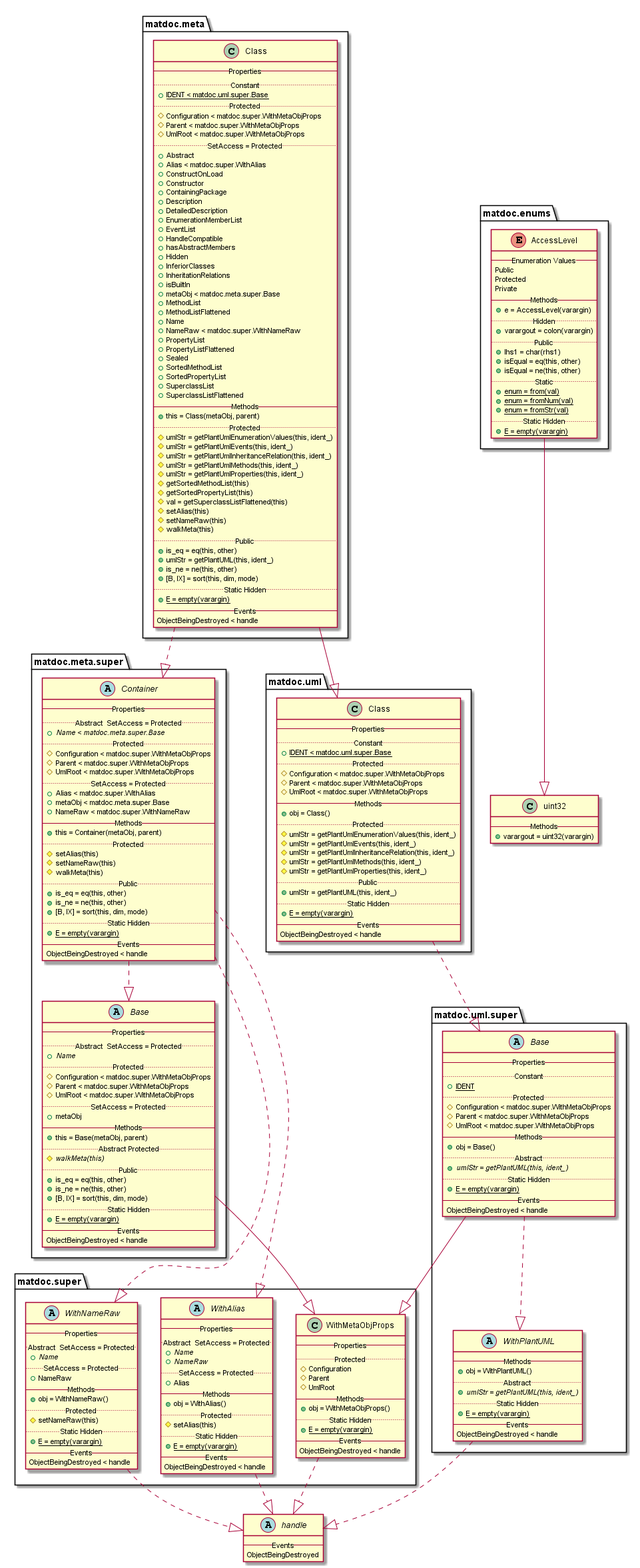
Earlier version of the PlantUML export doc/uml-examples/export-class-MethodInheritanceHint-false.png (flxdot/matdoc).
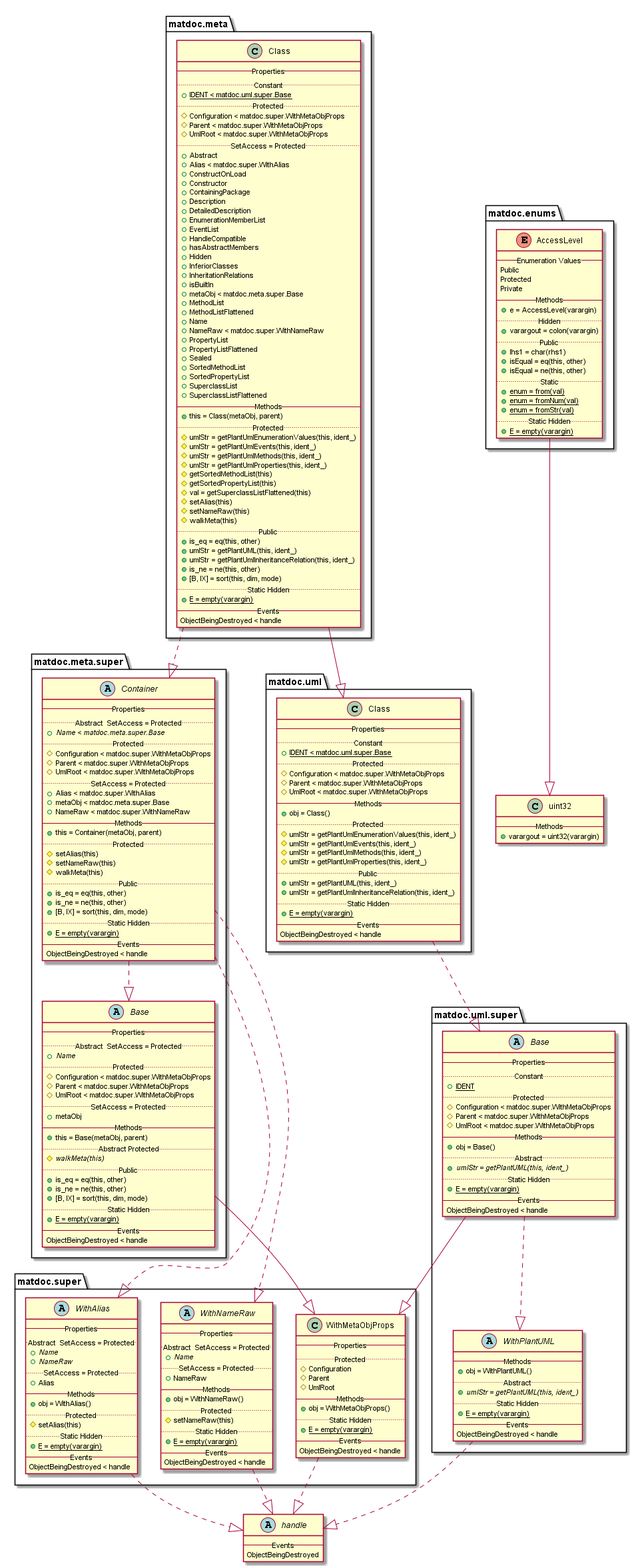
Above is the later version.

The edit, as a diff of the source:
```diff
@@ -4,7 +4,6 @@
    -- Events --
    ObjectBeingDestroyed
 }
-
 
 enum matdoc.enums.AccessLevel {
    -- Enumeration Values --
@@ -26,8 +25,6 @@
    .. Static Hidden ..
    {method} {static} + E = empty(varargin)
 }
-
-matdoc.enums.AccessLevel --|> uint32
 
 class matdoc.meta.Class {
    -- Properties --
@@ -70,7 +67,6 @@
    .. Protected ..
    {method} # umlStr = getPlantUmlEnumerationValues(this, ident_)
    {method} # umlStr = getPlantUmlEvents(this, ident_)
-   {method} # umlStr = getPlantUmlInheritanceRelation(this, ident_)
    {method} # umlStr = getPlantUmlMethods(this, ident_)
    {method} # umlStr = getPlantUmlProperties(this, ident_)
    {method} # getSortedMethodList(this)
@@ -82,6 +78,7 @@
    .. Public ..
    {method} + is_eq = eq(this, other)
    {method} + umlStr = getPlantUML(this, ident_)
+   {method} + umlStr = getPlantUmlInheritanceRelation(this, ident_)
    {method} + is_ne = ne(this, other)
    {method} + [B, IX] = sort(this, dim, mode)
    .. Static Hidden ..
@@ -89,9 +86,6 @@
    -- Events --
    ObjectBeingDestroyed < handle
 }
-
-matdoc.meta.Class ..|> matdoc.meta.super.Container
-matdoc.meta.Class --|> matdoc.uml.Class
 
 abstract class matdoc.meta.super.Base {
    -- Properties --
@@ -116,8 +110,6 @@
    -- Events --
    ObjectBeingDestroyed < handle
 }
-
-matdoc.meta.super.Base --|> matdoc.super.WithMetaObjProps
 
 abstract class matdoc.meta.super.Container {
    -- Properties --
@@ -147,10 +139,6 @@
    ObjectBeingDestroyed < handle
 }
 
-matdoc.meta.super.Container ..|> matdoc.meta.super.Base
-matdoc.meta.super.Container ..|> matdoc.super.WithNameRaw
-matdoc.meta.super.Container ..|> matdoc.super.WithAlias
-
 abstract class matdoc.super.WithAlias {
    -- Properties --
    .. Abstract  SetAccess = Protected ..
@@ -168,8 +156,6 @@
    ObjectBeingDestroyed < handle
 }
 
-matdoc.super.WithAlias ..|> handle
-
 class matdoc.super.WithMetaObjProps {
    -- Properties --
    .. Protected ..
@@ -183,8 +169,6 @@
    -- Events --
    ObjectBeingDestroyed < handle
 }
-
-matdoc.super.WithMetaObjProps ..|> handle
 
 abstract class matdoc.super.WithNameRaw {
    -- Properties --
@@ -202,8 +186,6 @@
    ObjectBeingDestroyed < handle
 }
 
-matdoc.super.WithNameRaw ..|> handle
-
 class matdoc.uml.Class {
    -- Properties --
    .. Constant ..
@@ -217,18 +199,16 @@
    .. Protected ..
    {method} # umlStr = getPlantUmlEnumerationValues(this, ident_)
    {method} # umlStr = getPlantUmlEvents(this, ident_)
-   {method} # umlStr = getPlantUmlInheritanceRelation(this, ident_)
    {method} # umlStr = getPlantUmlMethods(this, ident_)
    {method} # umlStr = getPlantUmlProperties(this, ident_)
    .. Public ..
    {method} + umlStr = getPlantUML(this, ident_)
+   {method} + umlStr = getPlantUmlInheritanceRelation(this, ident_)
    .. Static Hidden ..
    {method} {static} + E = empty(varargin)
    -- Events --
    ObjectBeingDestroyed < handle
 }
-
-matdoc.uml.Class ..|> matdoc.uml.super.Base
 
 abstract class matdoc.uml.super.Base {
    -- Properties --
@@ -248,9 +228,6 @@
    ObjectBeingDestroyed < handle
 }
 
-matdoc.uml.super.Base --|> matdoc.super.WithMetaObjProps
-matdoc.uml.super.Base ..|> matdoc.uml.super.WithPlantUML
-
 abstract class matdoc.uml.super.WithPlantUML {
    -- Methods --
    {method} + obj = WithPlantUML()
@@ -262,12 +239,26 @@
    ObjectBeingDestroyed < handle
 }
 
-matdoc.uml.super.WithPlantUML ..|> handle
-
 class uint32 {
    -- Methods --
    {method} + varargout = uint32(varargin)
 }
 
 
+matdoc.enums.AccessLevel --|> uint32
+matdoc.meta.Class ..|> matdoc.meta.super.Container
+matdoc.meta.Class --|> matdoc.uml.Class
+matdoc.meta.super.Base --|> matdoc.super.WithMetaObjProps
+matdoc.meta.super.Container ..|> matdoc.meta.super.Base
+matdoc.meta.super.Container ..|> matdoc.super.WithNameRaw
+matdoc.meta.super.Container ..|> matdoc.super.WithAlias
+matdoc.super.WithAlias ..|> handle
+matdoc.super.WithMetaObjProps ..|> handle
+matdoc.super.WithNameRaw ..|> handle
+matdoc.uml.Class ..|> matdoc.uml.super.Base
+matdoc.uml.super.Base --|> matdoc.super.WithMetaObjProps
+matdoc.uml.super.Base ..|> matdoc.uml.super.WithPlantUML
+matdoc.uml.super.WithPlantUML ..|> handle
+
+
 @enduml
```
